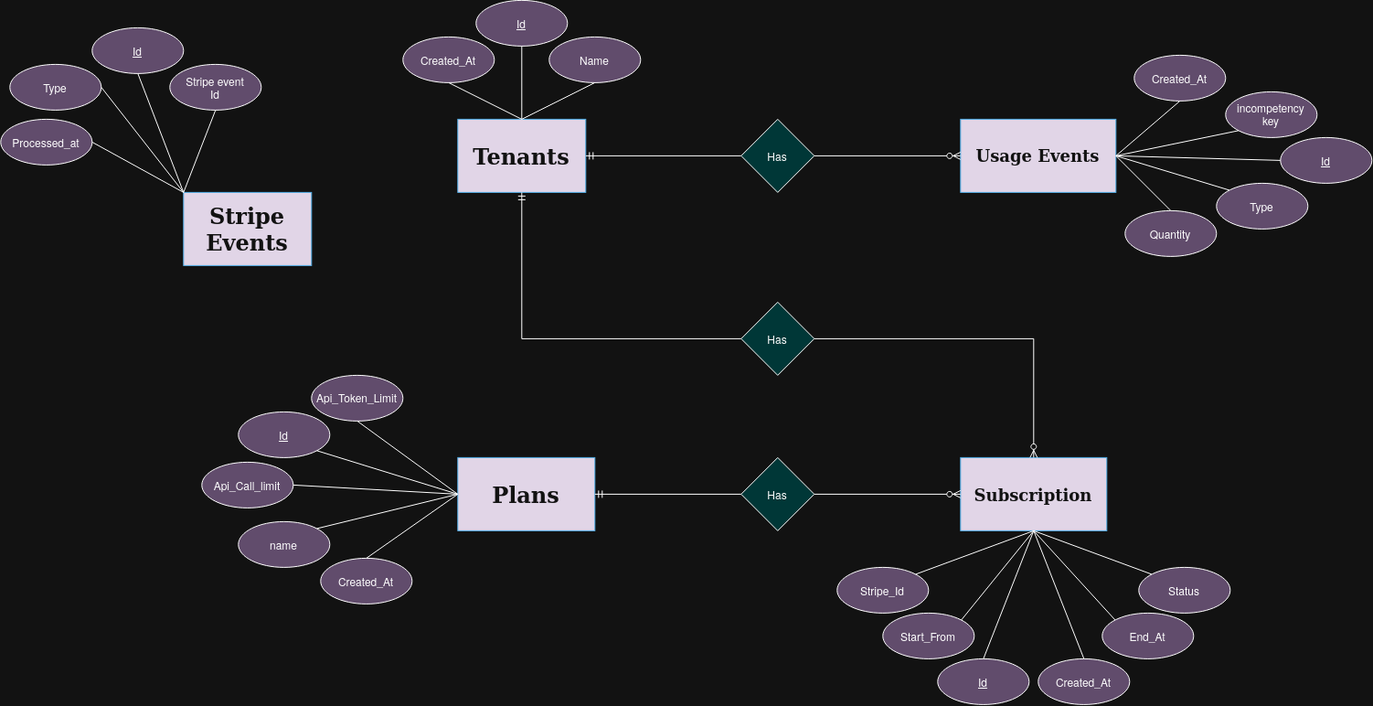
This is diagrams/Usage-Metering-and-Billing-Engine ERD.drawio.png from Modymanour/Usage-Metering-and-Billing-Engine, a draw.io export, as it was before one commit. Source tidied: cells renumbered, new cells last; positions are measured from the earlier drawing's top-left corner, leaving out a move shared by most shapes.
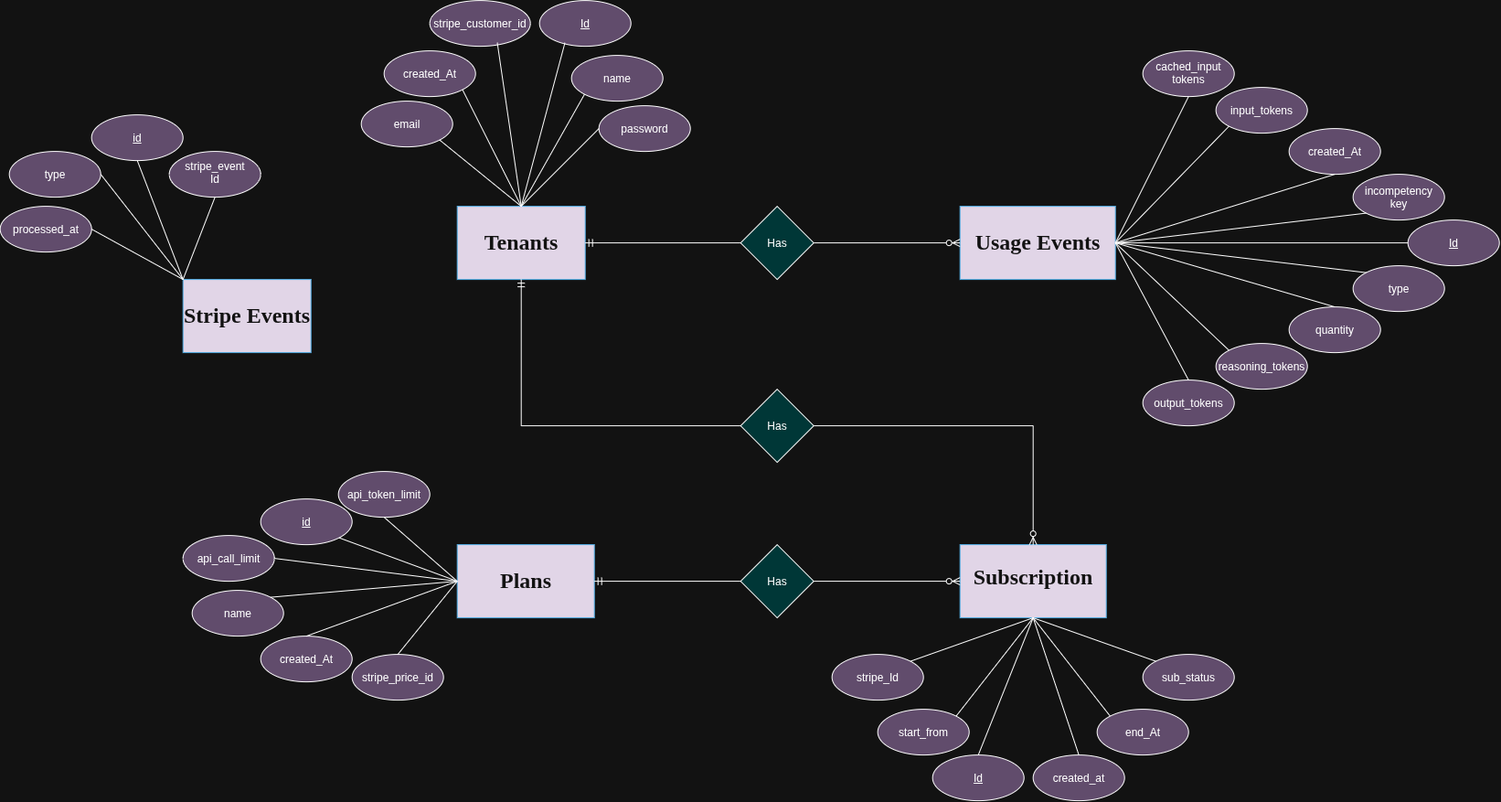
Later version of the same file.

Change to the diagram source:
```diff
@@ -5,71 +5,71 @@
     <mxCell id="2" value="&lt;h1&gt;&lt;font face=&quot;Verdana&quot;&gt;Tenants&lt;/font&gt;&lt;/h1&gt;" style="rounded=0;whiteSpace=wrap;html=1;fillColor=light-dark(#1BA1E2,#E1D5E7);fontColor=#ffffff;strokeColor=#006EAF;" parent="1" vertex="1">
       <mxGeometry x="500" y="130" width="140" height="80" as="geometry" />
     </mxCell>
-    <mxCell id="3" value="&lt;h2&gt;&lt;font face=&quot;Verdana&quot;&gt;&lt;br&gt;&lt;/font&gt;&lt;/h2&gt;&lt;h2&gt;&lt;font face=&quot;Verdana&quot;&gt;Subscription&lt;/font&gt;&lt;/h2&gt;&lt;h2&gt;&lt;br&gt;&lt;/h2&gt;" style="rounded=0;whiteSpace=wrap;html=1;fillColor=light-dark(#1BA1E2,#E1D5E7);fontColor=#ffffff;strokeColor=#006EAF;" parent="1" vertex="1">
+    <mxCell id="3" value="&lt;h1&gt;&lt;font face=&quot;Verdana&quot;&gt;&lt;br&gt;&lt;/font&gt;&lt;font face=&quot;Verdana&quot;&gt;Subscription&lt;/font&gt;&lt;/h1&gt;&lt;h2&gt;&lt;br&gt;&lt;/h2&gt;" style="rounded=0;whiteSpace=wrap;html=1;fillColor=light-dark(#1BA1E2,#E1D5E7);fontColor=#ffffff;strokeColor=#006EAF;" parent="1" vertex="1">
       <mxGeometry x="1050" y="500" width="160" height="80" as="geometry" />
     </mxCell>
-    <mxCell id="4" value="&lt;h2&gt;&lt;font face=&quot;Verdana&quot;&gt;Usage Events&lt;/font&gt;&lt;/h2&gt;" style="rounded=0;whiteSpace=wrap;html=1;fillColor=light-dark(#1BA1E2,#E1D5E7);fontColor=#ffffff;strokeColor=#006EAF;" parent="1" vertex="1">
+    <mxCell id="4" value="&lt;h1&gt;&lt;font face=&quot;Verdana&quot;&gt;Usage Events&lt;/font&gt;&lt;/h1&gt;" style="rounded=0;whiteSpace=wrap;html=1;fillColor=light-dark(#1BA1E2,#E1D5E7);fontColor=#ffffff;strokeColor=#006EAF;" parent="1" vertex="1">
       <mxGeometry x="1050" y="130" width="170" height="80" as="geometry" />
     </mxCell>
     <mxCell id="5" value="&lt;h1&gt;&lt;font face=&quot;Verdana&quot;&gt;Plans&lt;/font&gt;&lt;/h1&gt;" style="rounded=0;whiteSpace=wrap;html=1;fillColor=light-dark(#1BA1E2,#E1D5E7);fontColor=#ffffff;strokeColor=#006EAF;" parent="1" vertex="1">
       <mxGeometry x="500" y="500" width="150" height="80" as="geometry" />
     </mxCell>
     <mxCell id="6" value="&lt;u&gt;Id&lt;/u&gt;" style="ellipse;whiteSpace=wrap;html=1;shapeInside=1;fillColor=#C3ABD0;" parent="1" vertex="1">
-      <mxGeometry x="520" width="100" height="50" as="geometry" />
+      <mxGeometry x="590" y="-95" width="100" height="50" as="geometry" />
     </mxCell>
-    <mxCell id="7" value="&lt;u&gt;Id&lt;/u&gt;" style="ellipse;whiteSpace=wrap;html=1;shapeInside=1;fillColor=#C3ABD0;" parent="1" vertex="1">
-      <mxGeometry x="260" y="450" width="100" height="50" as="geometry" />
+    <mxCell id="7" value="&lt;u&gt;id&lt;/u&gt;" style="ellipse;whiteSpace=wrap;html=1;shapeInside=1;fillColor=#C3ABD0;" parent="1" vertex="1">
+      <mxGeometry x="285" y="450" width="100" height="50" as="geometry" />
     </mxCell>
     <mxCell id="8" value="&lt;u&gt;Id&lt;/u&gt;" style="ellipse;whiteSpace=wrap;html=1;shapeInside=1;fillColor=#C3ABD0;" parent="1" vertex="1">
-      <mxGeometry x="1025" y="720" width="100" height="50" as="geometry" />
+      <mxGeometry x="1020" y="730" width="100" height="50" as="geometry" />
     </mxCell>
     <mxCell id="9" value="&lt;u&gt;Id&lt;/u&gt;" style="ellipse;whiteSpace=wrap;html=1;shapeInside=1;fillColor=#C3ABD0;" parent="1" vertex="1">
-      <mxGeometry x="1400" y="150" width="100" height="50" as="geometry" />
+      <mxGeometry x="1540" y="145" width="100" height="50" as="geometry" />
     </mxCell>
-    <mxCell id="10" value="Created_At" style="ellipse;whiteSpace=wrap;html=1;shapeInside=1;fillColor=#C3ABD0;fontStyle=0;" parent="1" vertex="1">
-      <mxGeometry x="440" y="40" width="100" height="50" as="geometry" />
+    <mxCell id="10" value="created_At" style="ellipse;whiteSpace=wrap;html=1;shapeInside=1;fillColor=#C3ABD0;fontStyle=0;" parent="1" vertex="1">
+      <mxGeometry x="420" y="-40" width="100" height="50" as="geometry" />
     </mxCell>
-    <mxCell id="11" value="Name" style="ellipse;whiteSpace=wrap;html=1;shapeInside=1;fillColor=#C3ABD0;" parent="1" vertex="1">
-      <mxGeometry x="600" y="40" width="100" height="50" as="geometry" />
+    <mxCell id="11" value="name" style="ellipse;whiteSpace=wrap;html=1;shapeInside=1;fillColor=#C3ABD0;" parent="1" vertex="1">
+      <mxGeometry x="625" y="-35" width="100" height="50" as="geometry" />
     </mxCell>
     <mxCell id="12" value="name" style="ellipse;whiteSpace=wrap;html=1;shapeInside=1;fillColor=#C3ABD0;" parent="1" vertex="1">
-      <mxGeometry x="260" y="570" width="100" height="50" as="geometry" />
+      <mxGeometry x="210" y="550" width="100" height="50" as="geometry" />
     </mxCell>
-    <mxCell id="13" value="Api_Token_Limit" style="ellipse;whiteSpace=wrap;html=1;shapeInside=1;fillColor=#C3ABD0;" parent="1" vertex="1">
-      <mxGeometry x="340" y="410" width="100" height="50" as="geometry" />
+    <mxCell id="13" value="api_token_limit" style="ellipse;whiteSpace=wrap;html=1;shapeInside=1;fillColor=#C3ABD0;" parent="1" vertex="1">
+      <mxGeometry x="370" y="420" width="100" height="50" as="geometry" />
     </mxCell>
-    <mxCell id="14" value="Api_Call_limit" style="ellipse;whiteSpace=wrap;html=1;shapeInside=1;fillColor=#C3ABD0;" parent="1" vertex="1">
-      <mxGeometry x="220" y="505" width="100" height="50" as="geometry" />
+    <mxCell id="14" value="api_call_limit" style="ellipse;whiteSpace=wrap;html=1;shapeInside=1;fillColor=#C3ABD0;" parent="1" vertex="1">
+      <mxGeometry x="200" y="490" width="100" height="50" as="geometry" />
     </mxCell>
-    <mxCell id="15" value="Created_At" style="ellipse;whiteSpace=wrap;html=1;shapeInside=1;fillColor=#C3ABD0;" parent="1" vertex="1">
-      <mxGeometry x="350" y="610" width="100" height="50" as="geometry" />
+    <mxCell id="15" value="created_At" style="ellipse;whiteSpace=wrap;html=1;shapeInside=1;fillColor=#C3ABD0;" parent="1" vertex="1">
+      <mxGeometry x="285" y="600" width="100" height="50" as="geometry" />
     </mxCell>
-    <mxCell id="16" value="Created_At" style="ellipse;whiteSpace=wrap;html=1;shapeInside=1;fillColor=#C3ABD0;" parent="1" vertex="1">
-      <mxGeometry x="1135" y="720" width="100" height="50" as="geometry" />
+    <mxCell id="16" value="created_at" style="ellipse;whiteSpace=wrap;html=1;shapeInside=1;fillColor=#C3ABD0;" parent="1" vertex="1">
+      <mxGeometry x="1130" y="730" width="100" height="50" as="geometry" />
     </mxCell>
-    <mxCell id="17" value="Start_From" style="ellipse;whiteSpace=wrap;html=1;shapeInside=1;fillColor=#C3ABD0;" parent="1" vertex="1">
-      <mxGeometry x="965" y="670" width="100" height="50" as="geometry" />
+    <mxCell id="17" value="start_from" style="ellipse;whiteSpace=wrap;html=1;shapeInside=1;fillColor=#C3ABD0;" parent="1" vertex="1">
+      <mxGeometry x="960" y="680" width="100" height="50" as="geometry" />
     </mxCell>
-    <mxCell id="18" value="End_At" style="ellipse;whiteSpace=wrap;html=1;shapeInside=1;fillColor=#C3ABD0;" parent="1" vertex="1">
-      <mxGeometry x="1205" y="670" width="100" height="50" as="geometry" />
+    <mxCell id="18" value="end_At" style="ellipse;whiteSpace=wrap;html=1;shapeInside=1;fillColor=#C3ABD0;" parent="1" vertex="1">
+      <mxGeometry x="1200" y="680" width="100" height="50" as="geometry" />
     </mxCell>
-    <mxCell id="19" value="Stripe_Id" style="ellipse;whiteSpace=wrap;html=1;shapeInside=1;fillColor=#C3ABD0;" parent="1" vertex="1">
-      <mxGeometry x="915" y="620" width="100" height="50" as="geometry" />
+    <mxCell id="19" value="stripe_Id" style="ellipse;whiteSpace=wrap;html=1;shapeInside=1;fillColor=#C3ABD0;" parent="1" vertex="1">
+      <mxGeometry x="910" y="620" width="100" height="50" as="geometry" />
     </mxCell>
-    <mxCell id="20" value="Status" style="ellipse;whiteSpace=wrap;html=1;shapeInside=1;fillColor=#C3ABD0;" parent="1" vertex="1">
-      <mxGeometry x="1245" y="620" width="100" height="50" as="geometry" />
+    <mxCell id="20" value="sub_status" style="ellipse;whiteSpace=wrap;html=1;shapeInside=1;fillColor=#C3ABD0;" parent="1" vertex="1">
+      <mxGeometry x="1250" y="620" width="100" height="50" as="geometry" />
     </mxCell>
     <mxCell id="21" value="incompetency key" style="ellipse;whiteSpace=wrap;html=1;shapeInside=1;fillColor=#C3ABD0;" parent="1" vertex="1">
-      <mxGeometry x="1340" y="100" width="100" height="50" as="geometry" />
+      <mxGeometry x="1480" y="95" width="100" height="50" as="geometry" />
     </mxCell>
-    <mxCell id="22" value="Created_At" style="ellipse;whiteSpace=wrap;html=1;shapeInside=1;fillColor=#C3ABD0;" parent="1" vertex="1">
-      <mxGeometry x="1240" y="60" width="100" height="50" as="geometry" />
+    <mxCell id="22" value="created_At" style="ellipse;whiteSpace=wrap;html=1;shapeInside=1;fillColor=#C3ABD0;" parent="1" vertex="1">
+      <mxGeometry x="1410" y="45" width="100" height="50" as="geometry" />
     </mxCell>
-    <mxCell id="23" value="Type" style="ellipse;whiteSpace=wrap;html=1;shapeInside=1;fillColor=#C3ABD0;" parent="1" vertex="1">
-      <mxGeometry x="1330" y="200" width="100" height="50" as="geometry" />
+    <mxCell id="23" value="type" style="ellipse;whiteSpace=wrap;html=1;shapeInside=1;fillColor=#C3ABD0;" parent="1" vertex="1">
+      <mxGeometry x="1480" y="195" width="100" height="50" as="geometry" />
     </mxCell>
-    <mxCell id="24" value="Quantity" style="ellipse;whiteSpace=wrap;html=1;shapeInside=1;fillColor=#C3ABD0;" parent="1" vertex="1">
-      <mxGeometry x="1230" y="230" width="100" height="50" as="geometry" />
+    <mxCell id="24" value="quantity" style="ellipse;whiteSpace=wrap;html=1;shapeInside=1;fillColor=#C3ABD0;" parent="1" vertex="1">
+      <mxGeometry x="1410" y="240" width="100" height="50" as="geometry" />
     </mxCell>
     <mxCell id="25" style="endArrow=none;html=1;rounded=0;exitX=0.5;exitY=1;exitDx=0;exitDy=0;entryX=0;entryY=0.5;entryDx=0;entryDy=0;" parent="1" edge="1" source="13" target="5">
       <mxGeometry relative="1" as="geometry" />
@@ -119,13 +119,13 @@
     <mxCell id="40" style="endArrow=none;html=1;rounded=0;exitX=1;exitY=0.5;exitDx=0;exitDy=0;entryX=0;entryY=0;entryDx=0;entryDy=0;" parent="1" edge="1" source="4" target="23">
       <mxGeometry relative="1" as="geometry" />
     </mxCell>
-    <mxCell id="41" style="endArrow=none;html=1;rounded=0;exitX=0.5;exitY=1;exitDx=0;exitDy=0;entryX=0.5;entryY=0;entryDx=0;entryDy=0;" parent="1" edge="1" source="6" target="2">
+    <mxCell id="41" style="endArrow=none;html=1;rounded=0;exitX=0.278;exitY=0.924;exitDx=0;exitDy=0;entryX=0.5;entryY=0;entryDx=0;entryDy=0;exitPerimeter=0;" parent="1" edge="1" source="6" target="2">
       <mxGeometry relative="1" as="geometry" />
     </mxCell>
-    <mxCell id="42" style="endArrow=none;html=1;rounded=0;exitX=0.5;exitY=1;exitDx=0;exitDy=0;entryX=0.5;entryY=0;entryDx=0;entryDy=0;" parent="1" edge="1" source="10" target="2">
+    <mxCell id="42" style="endArrow=none;html=1;rounded=0;exitX=1;exitY=1;exitDx=0;exitDy=0;entryX=0.5;entryY=0;entryDx=0;entryDy=0;" parent="1" edge="1" source="10" target="2">
       <mxGeometry relative="1" as="geometry" />
     </mxCell>
-    <mxCell id="43" style="endArrow=none;html=1;rounded=0;exitX=0.5;exitY=1;exitDx=0;exitDy=0;entryX=0.5;entryY=0;entryDx=0;entryDy=0;" parent="1" edge="1" source="11" target="2">
+    <mxCell id="43" style="endArrow=none;html=1;rounded=0;exitX=0;exitY=1;exitDx=0;exitDy=0;entryX=0.5;entryY=0;entryDx=0;entryDy=0;" parent="1" edge="1" source="11" target="2">
       <mxGeometry relative="1" as="geometry" />
     </mxCell>
     <mxCell id="44" value="Has" style="rhombus;whiteSpace=wrap;html=1;shapeInside=1;fillColor=#99FFFF;" parent="1" vertex="1">
@@ -158,22 +158,22 @@
     <mxCell id="53" value="&lt;h1&gt;&lt;font face=&quot;Verdana&quot;&gt;Stripe Events&lt;/font&gt;&lt;/h1&gt;" style="rounded=0;whiteSpace=wrap;html=1;fillColor=light-dark(#1BA1E2,#E1D5E7);fontColor=#ffffff;strokeColor=#006EAF;" parent="1" vertex="1">
       <mxGeometry x="200" y="210" width="140" height="80" as="geometry" />
     </mxCell>
-    <mxCell id="54" value="&lt;u&gt;Id&lt;/u&gt;" style="ellipse;whiteSpace=wrap;html=1;shapeInside=1;fillColor=#C3ABD0;" parent="1" vertex="1">
+    <mxCell id="54" value="&lt;u&gt;id&lt;/u&gt;" style="ellipse;whiteSpace=wrap;html=1;shapeInside=1;fillColor=#C3ABD0;" parent="1" vertex="1">
       <mxGeometry x="100" y="30" width="100" height="50" as="geometry" />
     </mxCell>
     <mxCell id="55" style="endArrow=none;html=1;rounded=0;exitX=0.5;exitY=1;exitDx=0;exitDy=0;entryX=0;entryY=0;entryDx=0;entryDy=0;" parent="1" edge="1" source="54" target="53">
       <mxGeometry relative="1" as="geometry" />
     </mxCell>
-    <mxCell id="56" value="Stripe event Id" style="ellipse;whiteSpace=wrap;html=1;shapeInside=1;fillColor=#C3ABD0;" parent="1" vertex="1">
+    <mxCell id="56" value="stripe_event Id" style="ellipse;whiteSpace=wrap;html=1;shapeInside=1;fillColor=#C3ABD0;" parent="1" vertex="1">
       <mxGeometry x="185" y="70" width="100" height="50" as="geometry" />
     </mxCell>
     <mxCell id="57" style="endArrow=none;html=1;rounded=0;exitX=0.5;exitY=1;exitDx=0;exitDy=0;entryX=0;entryY=0;entryDx=0;entryDy=0;" parent="1" edge="1" source="56" target="53">
       <mxGeometry relative="1" as="geometry" />
     </mxCell>
-    <mxCell id="58" value="Type" style="ellipse;whiteSpace=wrap;html=1;shapeInside=1;fillColor=#C3ABD0;" parent="1" vertex="1">
+    <mxCell id="58" value="type" style="ellipse;whiteSpace=wrap;html=1;shapeInside=1;fillColor=#C3ABD0;" parent="1" vertex="1">
       <mxGeometry x="10" y="70" width="100" height="50" as="geometry" />
     </mxCell>
-    <mxCell id="59" value="Processed_at" style="ellipse;whiteSpace=wrap;html=1;shapeInside=1;fillColor=#C3ABD0;" parent="1" vertex="1">
+    <mxCell id="59" value="processed_at" style="ellipse;whiteSpace=wrap;html=1;shapeInside=1;fillColor=#C3ABD0;" parent="1" vertex="1">
       <mxGeometry y="130" width="100" height="50" as="geometry" />
     </mxCell>
     <mxCell id="60" style="endArrow=none;html=1;rounded=0;exitX=1;exitY=0.5;exitDx=0;exitDy=0;entryX=0;entryY=0;entryDx=0;entryDy=0;" parent="1" edge="1" source="58" target="53">
@@ -182,5 +182,53 @@
     <mxCell id="61" style="endArrow=none;html=1;rounded=0;exitX=1;exitY=0.5;exitDx=0;exitDy=0;entryX=0;entryY=0;entryDx=0;entryDy=0;" parent="1" edge="1" source="59" target="53">
       <mxGeometry relative="1" as="geometry" />
     </mxCell>
+    <mxCell id="62" value="email" style="ellipse;whiteSpace=wrap;html=1;shapeInside=1;fillColor=#C3ABD0;fontStyle=0;" parent="1" vertex="1">
+      <mxGeometry x="395" y="15" width="100" height="50" as="geometry" />
+    </mxCell>
+    <mxCell id="63" style="endArrow=none;html=1;rounded=0;exitX=1;exitY=1;exitDx=0;exitDy=0;entryX=0.5;entryY=0;entryDx=0;entryDy=0;" parent="1" edge="1" source="62" target="2">
+      <mxGeometry relative="1" as="geometry" />
+    </mxCell>
+    <mxCell id="64" value="password" style="ellipse;whiteSpace=wrap;html=1;shapeInside=1;fillColor=#C3ABD0;fontStyle=0;" parent="1" vertex="1">
+      <mxGeometry x="655" y="20" width="100" height="50" as="geometry" />
+    </mxCell>
+    <mxCell id="65" style="endArrow=none;html=1;rounded=0;exitX=0;exitY=0.5;exitDx=0;exitDy=0;entryX=0.5;entryY=0;entryDx=0;entryDy=0;" parent="1" edge="1" source="64" target="2">
+      <mxGeometry relative="1" as="geometry" />
+    </mxCell>
+    <mxCell id="66" value="stripe_customer&lt;span style=&quot;background-color: transparent; color: light-dark(rgb(0, 0, 0), rgb(255, 255, 255));&quot;&gt;_id&lt;/span&gt;" style="ellipse;whiteSpace=wrap;html=1;shapeInside=1;fillColor=#C3ABD0;fontStyle=0;" parent="1" vertex="1">
+      <mxGeometry x="470" y="-95" width="110" height="50" as="geometry" />
+    </mxCell>
+    <mxCell id="67" style="endArrow=none;html=1;rounded=0;exitX=0.671;exitY=0.922;exitDx=0;exitDy=0;entryX=0.5;entryY=0;entryDx=0;entryDy=0;exitPerimeter=0;" parent="1" edge="1" source="66" target="2">
+      <mxGeometry relative="1" as="geometry" />
+    </mxCell>
+    <mxCell id="68" value="stripe_price_id" style="ellipse;whiteSpace=wrap;html=1;shapeInside=1;fillColor=#C3ABD0;fontStyle=0;" parent="1" vertex="1">
+      <mxGeometry x="385" y="620" width="100" height="50" as="geometry" />
+    </mxCell>
+    <mxCell id="69" style="endArrow=none;html=1;rounded=0;exitX=0.5;exitY=0;exitDx=0;exitDy=0;entryX=0;entryY=0.5;entryDx=0;entryDy=0;" parent="1" edge="1" source="68" target="5">
+      <mxGeometry relative="1" as="geometry" />
+    </mxCell>
+    <mxCell id="70" value="input_tokens" style="ellipse;whiteSpace=wrap;html=1;shapeInside=1;fillColor=#C3ABD0;fontStyle=0;" parent="1" vertex="1">
+      <mxGeometry x="1330" width="100" height="50" as="geometry" />
+    </mxCell>
+    <mxCell id="71" style="endArrow=none;html=1;rounded=0;exitX=0;exitY=1;exitDx=0;exitDy=0;entryX=1;entryY=0.5;entryDx=0;entryDy=0;" parent="1" edge="1" source="70" target="4">
+      <mxGeometry relative="1" as="geometry" />
+    </mxCell>
+    <mxCell id="72" value="cached_input t&lt;span style=&quot;background-color: transparent; color: light-dark(rgb(0, 0, 0), rgb(255, 255, 255));&quot;&gt;okens&lt;/span&gt;" style="ellipse;whiteSpace=wrap;html=1;shapeInside=1;fillColor=#C3ABD0;fontStyle=0;" parent="1" vertex="1">
+      <mxGeometry x="1250" y="-40" width="100" height="50" as="geometry" />
+    </mxCell>
+    <mxCell id="73" style="endArrow=none;html=1;rounded=0;exitX=0.5;exitY=1;exitDx=0;exitDy=0;entryX=1;entryY=0.5;entryDx=0;entryDy=0;" parent="1" edge="1" source="72" target="4">
+      <mxGeometry relative="1" as="geometry" />
+    </mxCell>
+    <mxCell id="74" value="output_tokens" style="ellipse;whiteSpace=wrap;html=1;shapeInside=1;fillColor=#C3ABD0;fontStyle=0;" parent="1" vertex="1">
+      <mxGeometry x="1250" y="320" width="100" height="50" as="geometry" />
+    </mxCell>
+    <mxCell id="75" style="endArrow=none;html=1;rounded=0;exitX=0.5;exitY=0;exitDx=0;exitDy=0;entryX=1;entryY=0.5;entryDx=0;entryDy=0;" parent="1" edge="1" source="74" target="4">
+      <mxGeometry relative="1" as="geometry" />
+    </mxCell>
+    <mxCell id="76" value="reasoning_tokens" style="ellipse;whiteSpace=wrap;html=1;shapeInside=1;fillColor=#C3ABD0;fontStyle=0;" parent="1" vertex="1">
+      <mxGeometry x="1330" y="280" width="100" height="50" as="geometry" />
+    </mxCell>
+    <mxCell id="77" style="endArrow=none;html=1;rounded=0;exitX=0;exitY=0;exitDx=0;exitDy=0;entryX=1;entryY=0.5;entryDx=0;entryDy=0;" parent="1" edge="1" source="76" target="4">
+      <mxGeometry relative="1" as="geometry" />
+    </mxCell>
   </root>
 </mxGraphModel>
```
